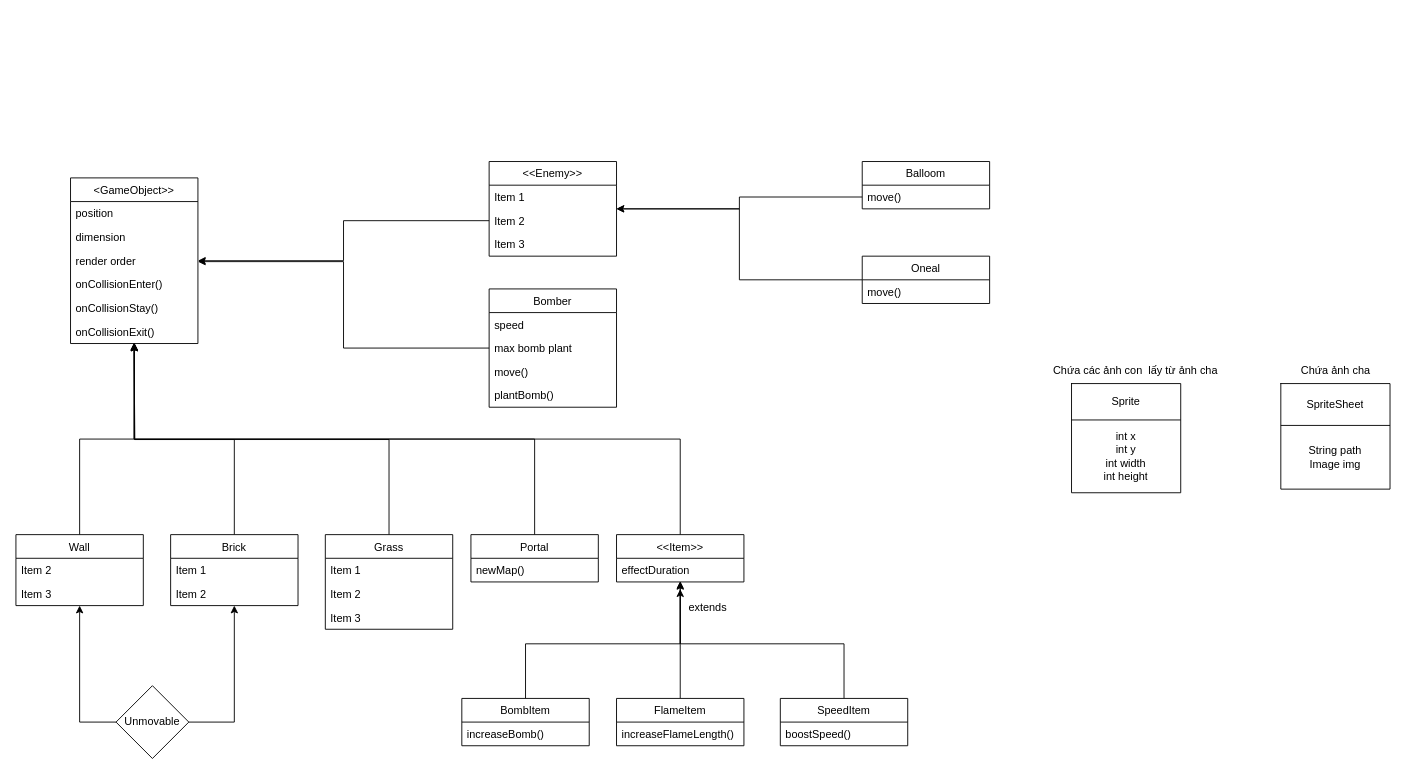
Before: src/main/java/uet/gryffindor/game/object/object uml.drawio in hoang1007/bomberman, a draw.io diagram. Source tidied: cells renumbered, new cells numbered last; positions are measured from the earlier drawing's top-left corner, leaving out a move shared by most shapes. Both pictures are drawn from the tidied source at 91%, with x=0, y=0 at pixel (15, 161).
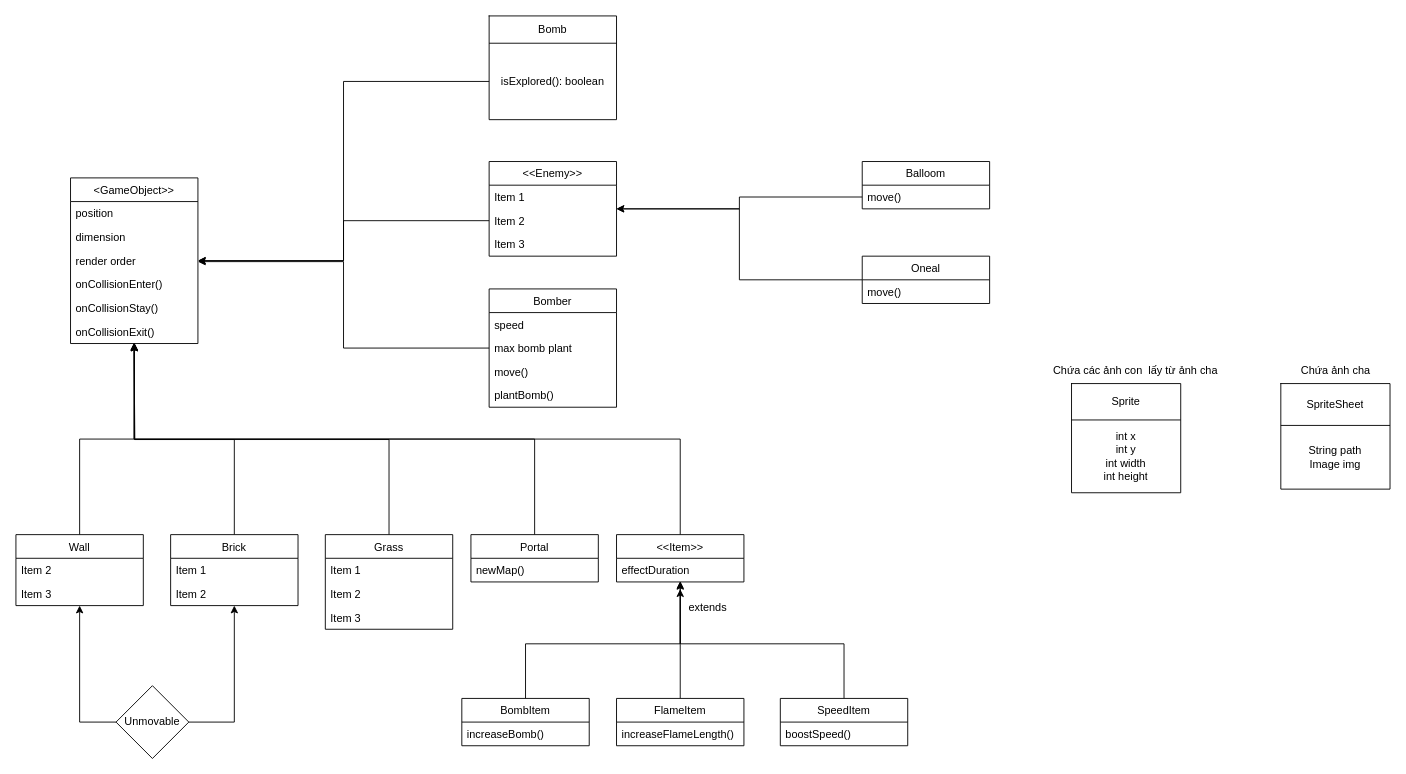
The same page after the edit.

Unchanged cells that the change refers to:
```xml
<mxCell id="17" value="render order" style="text;strokeColor=none;fillColor=none;align=left;verticalAlign=top;spacingLeft=4;spacingRight=4;overflow=hidden;points=[[0,0.5],[1,0.5]];portConstraint=eastwest;" parent="14" vertex="1">
  <mxGeometry y="78" width="140" height="26" as="geometry" />
</mxCell>
```

Diff of the diagram source:
```diff
@@
+    <mxCell id="70" style="shape=table;startSize=0;childLayout=tableLayout;" parent="1" vertex="1">
+      <mxGeometry x="520" y="-160" width="140" height="114" as="geometry" />
+    </mxCell>
+    <mxCell id="71" style="shape=partialRectangle;fillColor=none;top=0;left=0;bottom=0;right=0;" parent="70" vertex="1">
+      <mxGeometry width="140" height="30" as="geometry" />
+    </mxCell>
+    <mxCell id="72" value="Bomb" style="shape=partialRectangle;html=1;whiteSpace=wrap;overflow=hidden;fillColor=none;top=0;left=0;bottom=0;right=0;" parent="71" vertex="1">
+      <mxGeometry width="140" height="30" as="geometry" />
+    </mxCell>
+    <mxCell id="73" style="shape=partialRectangle;fillColor=none;top=0;left=0;bottom=0;right=0;points=[[0,0.5],[1,0.5]];portConstraint=eastwest;" parent="70" vertex="1">
+      <mxGeometry y="30" width="140" height="84" as="geometry" />
+    </mxCell>
+    <mxCell id="74" value="isExplored(): boolean&lt;br&gt;" style="shape=partialRectangle;html=1;whiteSpace=wrap;overflow=hidden;fillColor=none;top=0;left=0;bottom=0;right=0;" parent="73" vertex="1">
+      <mxGeometry width="140" height="84" as="geometry" />
+    </mxCell>
+    <mxCell id="75" style="edgeStyle=orthogonalEdgeStyle;rounded=0;jettySize=auto;html=1;entryX=1;entryY=0.5;entryDx=0;entryDy=0;" parent="1" edge="1" source="73" target="17">
+      <mxGeometry relative="1" as="geometry" />
+    </mxCell>
```
